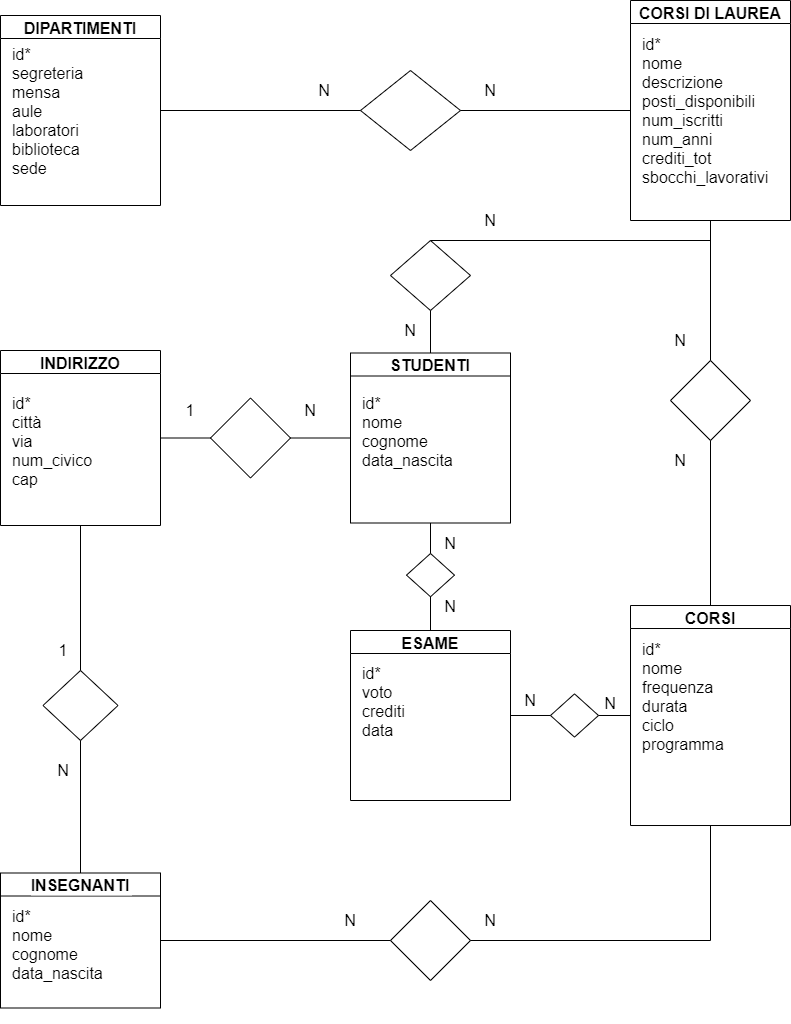
The draw.io diagram university_db.png in Wass01/db-university, before a commit. Source tidied: cells renumbered, new cells last; positions are measured from the earlier drawing's top-left corner, leaving out a move shared by most shapes.
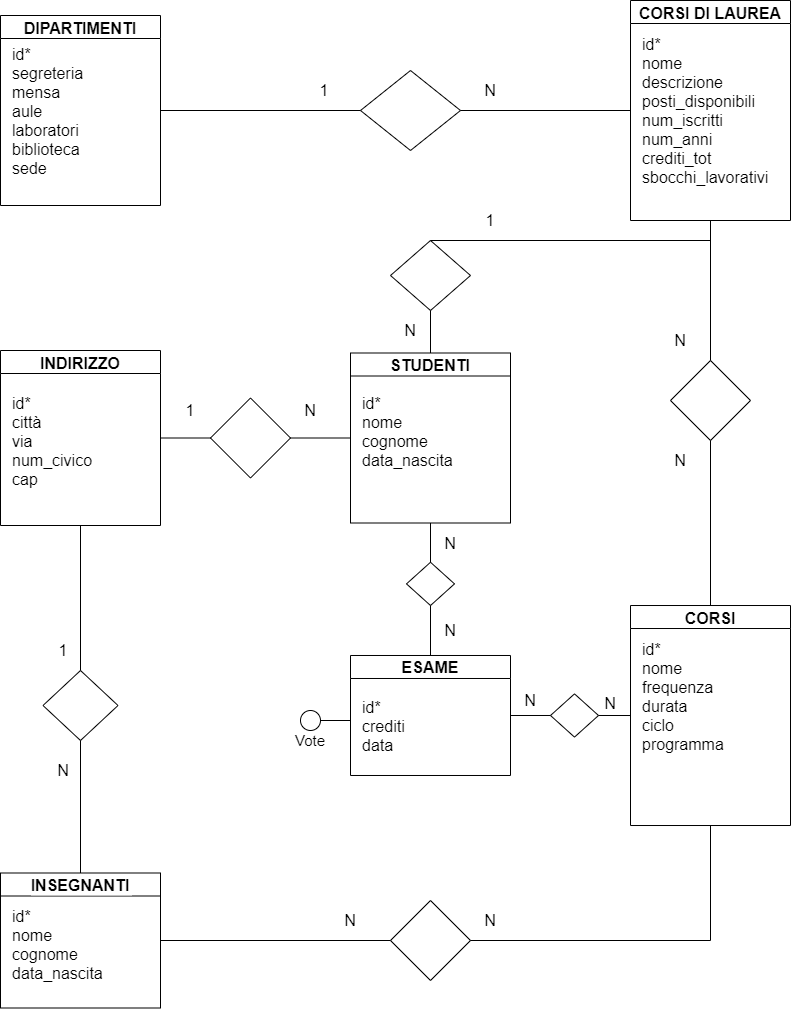
The same file after the commit.

Commit message:
esercizio finito migliorato

Diff of the diagram source:
```diff
@@ -17,7 +17,7 @@
     <mxCell id="6" style="rhombus;whiteSpace=wrap;html=1;fontSize=15;align=left;" parent="1" vertex="1">
       <mxGeometry x="360" y="70" width="100" height="80" as="geometry" />
     </mxCell>
-    <mxCell id="7" value="&lt;font style=&quot;font-size: 16px&quot;&gt;N&lt;/font&gt;" style="text;html=1;strokeColor=none;fillColor=none;align=center;verticalAlign=middle;whiteSpace=wrap;rounded=0;fontSize=15;" parent="1" vertex="1">
+    <mxCell id="7" value="&lt;font style=&quot;font-size: 16px&quot;&gt;1&lt;/font&gt;" style="text;html=1;strokeColor=none;fillColor=none;align=center;verticalAlign=middle;whiteSpace=wrap;rounded=0;fontSize=15;" parent="1" vertex="1">
       <mxGeometry x="304" y="80" width="40" height="20" as="geometry" />
     </mxCell>
     <mxCell id="8" value="&lt;font style=&quot;font-size: 16px&quot;&gt;N&lt;/font&gt;" style="text;html=1;strokeColor=none;fillColor=none;align=center;verticalAlign=middle;whiteSpace=wrap;rounded=0;fontSize=15;" parent="1" vertex="1">
@@ -72,7 +72,7 @@
         </Array>
       </mxGeometry>
     </mxCell>
-    <mxCell id="24" value="&lt;font style=&quot;font-size: 16px&quot;&gt;N&lt;/font&gt;" style="text;html=1;strokeColor=none;fillColor=none;align=center;verticalAlign=middle;whiteSpace=wrap;rounded=0;fontSize=15;" parent="1" vertex="1">
+    <mxCell id="24" value="&lt;font style=&quot;font-size: 16px&quot;&gt;1&lt;/font&gt;" style="text;html=1;strokeColor=none;fillColor=none;align=center;verticalAlign=middle;whiteSpace=wrap;rounded=0;fontSize=15;" parent="1" vertex="1">
       <mxGeometry x="470" y="210" width="40" height="20" as="geometry" />
     </mxCell>
     <mxCell id="25" value="&lt;font style=&quot;font-size: 16px&quot;&gt;N&lt;/font&gt;" style="text;html=1;strokeColor=none;fillColor=none;align=center;verticalAlign=middle;whiteSpace=wrap;rounded=0;fontSize=15;" parent="1" vertex="1">
@@ -136,16 +136,16 @@
       <mxGeometry x="470" y="910" width="40" height="20" as="geometry" />
     </mxCell>
     <mxCell id="45" value="ESAME" style="swimlane;align=center;fontSize=16;" parent="1" vertex="1">
-      <mxGeometry x="350" y="630" width="160" height="170" as="geometry" />
+      <mxGeometry x="350" y="655" width="160" height="120" as="geometry" />
     </mxCell>
-    <mxCell id="46" value="&lt;div&gt;&lt;font style=&quot;font-size: 16px&quot;&gt;id*&lt;/font&gt;&lt;/div&gt;&lt;div&gt;voto&lt;/div&gt;&lt;div&gt;crediti&lt;/div&gt;&lt;div&gt;data&lt;/div&gt;&lt;div&gt;&lt;br&gt;&lt;/div&gt;&lt;div&gt;&lt;br&gt;&lt;/div&gt;" style="text;html=1;align=left;verticalAlign=middle;strokeColor=none;fontSize=16;" parent="45" vertex="1">
-      <mxGeometry x="10" y="30" width="60" height="120" as="geometry" />
+    <mxCell id="46" value="&lt;div&gt;&lt;font style=&quot;font-size: 16px&quot;&gt;id*&lt;/font&gt;&lt;/div&gt;&lt;div&gt;crediti&lt;/div&gt;&lt;div&gt;data&lt;/div&gt;&lt;div&gt;&lt;br&gt;&lt;/div&gt;&lt;div&gt;&lt;br&gt;&lt;/div&gt;" style="text;html=1;align=left;verticalAlign=middle;strokeColor=none;fontSize=16;" parent="45" vertex="1">
+      <mxGeometry x="10" y="40" width="60" height="100" as="geometry" />
     </mxCell>
     <mxCell id="47" style="edgeStyle=orthogonalEdgeStyle;rounded=0;orthogonalLoop=1;jettySize=auto;html=1;exitX=0.5;exitY=1;exitDx=0;exitDy=0;fontSize=15;" parent="1" edge="1" source="44" target="44">
       <mxGeometry relative="1" as="geometry" />
     </mxCell>
     <mxCell id="48" style="rhombus;whiteSpace=wrap;html=1;labelBackgroundColor=#FFFFFF;fontSize=15;align=left;" parent="1" vertex="1">
-      <mxGeometry x="406" y="553" width="48" height="43.2" as="geometry" />
+      <mxGeometry x="406" y="561.8" width="48" height="43.2" as="geometry" />
     </mxCell>
     <mxCell id="49" style="rhombus;whiteSpace=wrap;html=1;labelBackgroundColor=#FFFFFF;fontSize=15;align=left;" parent="1" vertex="1">
       <mxGeometry x="550" y="693.4" width="48" height="43.2" as="geometry" />
@@ -158,16 +158,14 @@
         <mxPoint x="510" y="715" as="targetPoint" />
       </mxGeometry>
     </mxCell>
-    <mxCell id="52" style="endArrow=none;html=1;rounded=0;edgeStyle=orthogonalEdgeStyle;fontSize=15;exitX=0.5;exitY=1;exitDx=0;exitDy=0;" parent="1" edge="1" source="48">
-      <mxGeometry relative="1" as="geometry">
-        <mxPoint x="430" y="630" as="targetPoint" />
-      </mxGeometry>
+    <mxCell id="52" style="endArrow=none;html=1;rounded=0;edgeStyle=orthogonalEdgeStyle;fontSize=15;exitX=0.5;exitY=1;exitDx=0;exitDy=0;entryX=0.5;entryY=0;entryDx=0;entryDy=0;" parent="1" edge="1" source="48" target="45">
+      <mxGeometry relative="1" as="geometry" />
     </mxCell>
     <mxCell id="53" style="endArrow=none;html=1;rounded=0;edgeStyle=orthogonalEdgeStyle;fontSize=15;exitX=0.5;exitY=1;exitDx=0;exitDy=0;entryX=0.5;entryY=0;entryDx=0;entryDy=0;" parent="1" edge="1" source="11" target="48">
       <mxGeometry relative="1" as="geometry" />
     </mxCell>
     <mxCell id="54" value="&lt;font style=&quot;font-size: 16px&quot;&gt;N&lt;/font&gt;" style="text;html=1;strokeColor=none;fillColor=none;align=center;verticalAlign=middle;whiteSpace=wrap;rounded=0;fontSize=15;" parent="1" vertex="1">
-      <mxGeometry x="430" y="596.2" width="40" height="20" as="geometry" />
+      <mxGeometry x="430" y="620" width="40" height="20" as="geometry" />
     </mxCell>
     <mxCell id="55" value="&lt;font style=&quot;font-size: 16px&quot;&gt;N&lt;/font&gt;" style="text;html=1;strokeColor=none;fillColor=none;align=center;verticalAlign=middle;whiteSpace=wrap;rounded=0;fontSize=15;" parent="1" vertex="1">
       <mxGeometry x="430" y="533" width="40" height="20" as="geometry" />
@@ -178,5 +176,16 @@
     <mxCell id="57" value="&lt;font style=&quot;font-size: 16px&quot;&gt;N&lt;/font&gt;" style="text;html=1;strokeColor=none;fillColor=none;align=center;verticalAlign=middle;whiteSpace=wrap;rounded=0;fontSize=15;" parent="1" vertex="1">
       <mxGeometry x="510" y="690" width="40" height="20" as="geometry" />
     </mxCell>
+    <mxCell id="58" style="ellipse;whiteSpace=wrap;html=1;" parent="1" vertex="1">
+      <mxGeometry x="300" y="710" width="20" height="20" as="geometry" />
+    </mxCell>
+    <mxCell id="59" value="Vote" style="text;html=1;strokeColor=none;fillColor=none;align=center;verticalAlign=middle;whiteSpace=wrap;rounded=0;fontSize=15;" parent="1" vertex="1">
+      <mxGeometry x="290" y="730" width="40" height="20" as="geometry" />
+    </mxCell>
+    <mxCell id="60" style="endArrow=none;html=1;rounded=0;edgeStyle=orthogonalEdgeStyle;fontSize=15;exitX=1;exitY=0.5;exitDx=0;exitDy=0;" parent="1" edge="1" source="58">
+      <mxGeometry relative="1" as="geometry">
+        <mxPoint x="350" y="705" as="targetPoint" />
+      </mxGeometry>
+    </mxCell>
   </root>
 </mxGraphModel>
```
